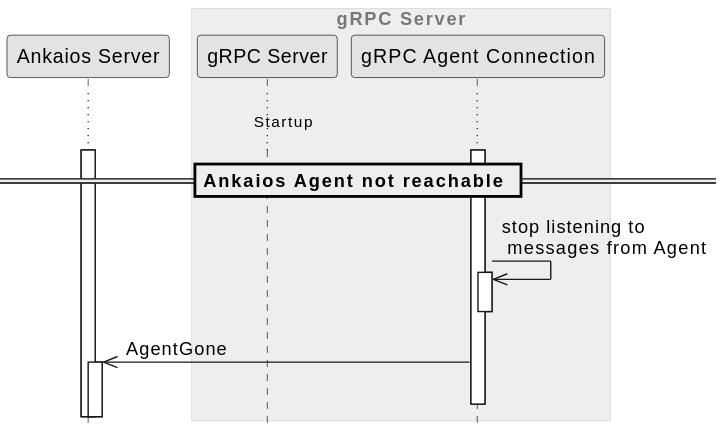
Earlier version of the PlantUML export grpc/doc/swdesign/plantuml/seq_handling_connection_interrupts.svg (eclipse-ankaios/ankaios). Its diagram source:
```plantuml
@startuml
!include ../../../../resources/doc/plantuml/clean.skin


participant "Ankaios Server" as ankaios_server

box gRPC Communication Middleware #DarkGray
    box gRPC Server
        participant "gRPC Server" as grpc_server
        participant "gRPC Agent Connection" as agent_connection
    end box
end box

activate ankaios_server
activate agent_connection

... Startup ...

== Ankaios Agent not reachable ==

agent_connection ->> agent_connection ++--: stop listening to \n messages from Agent
agent_connection ->> ankaios_server ++--: AgentGone
@enduml
```
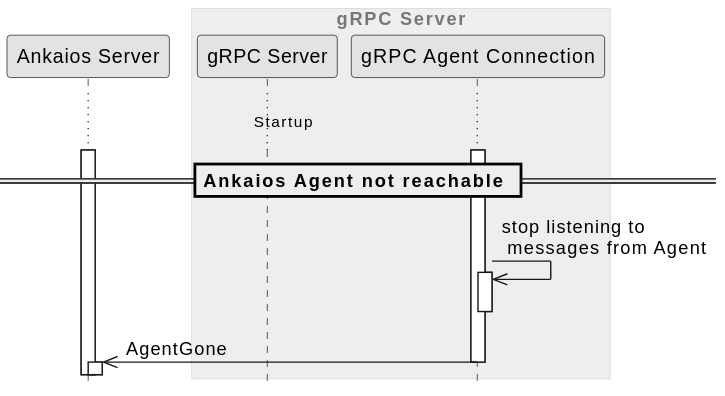
Later version of the same file.

Commit message:
Updated grpc svgs

What changed in the source:
```diff
@@ -19,5 +19,5 @@
 == Ankaios Agent not reachable ==
 
 agent_connection ->> agent_connection ++--: stop listening to \n messages from Agent
-agent_connection ->> ankaios_server ++--: AgentGone
+agent_connection ->> ankaios_server --++: AgentGone
 @enduml
```
